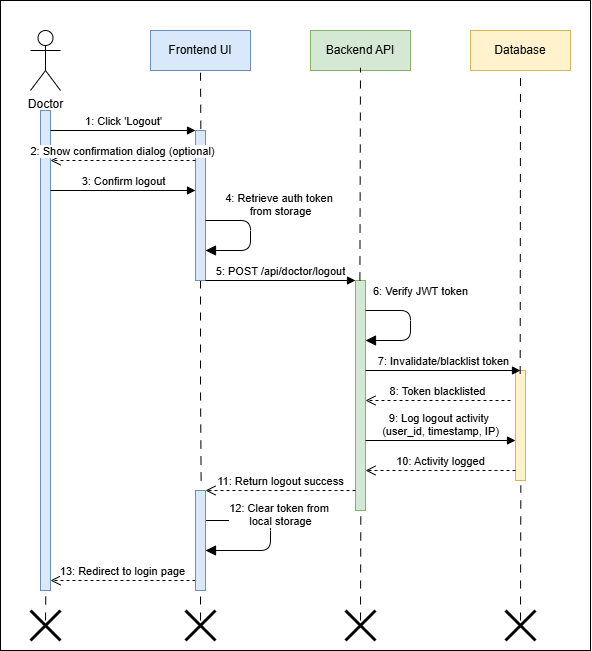
Before: InProgress/Sequence Diagram/Salesperson/Logout/Logout-Diagram.png, a diagram exported from draw.io (shah541-g/Fyp-Diagrams). Source tidied: cells renumbered, new cells last; positions are measured from the earlier drawing's top-left corner, leaving out a move shared by most shapes. The source it was exported from:
```xml
<mxGraphModel>
  <root>
    <mxCell id="0" />
    <mxCell id="1" parent="0" />
    <mxCell id="2" style="rounded=0;whiteSpace=wrap;html=1;" parent="1" vertex="1">
      <mxGeometry width="590" height="650" as="geometry" />
    </mxCell>
    <mxCell id="3" value="Doctor" style="shape=umlActor;verticalLabelPosition=bottom;verticalAlign=top;html=1;" parent="1" vertex="1">
      <mxGeometry x="30" y="30" width="30" height="60" as="geometry" />
    </mxCell>
    <mxCell id="4" style="html=1;points=[];perimeter=orthogonalPerimeter;fillColor=#dae8fc;strokeColor=#6c8ebf;" parent="1" vertex="1">
      <mxGeometry x="40" y="110" width="10" height="480" as="geometry" />
    </mxCell>
    <mxCell id="5" value="Frontend UI" style="rounded=0;whiteSpace=wrap;html=1;fillColor=#dae8fc;strokeColor=#6c8ebf;" parent="1" vertex="1">
      <mxGeometry x="150" y="30" width="100" height="40" as="geometry" />
    </mxCell>
    <mxCell id="6" style="edgeStyle=orthogonalEdgeStyle;rounded=0;jettySize=auto;html=1;entryX=0.567;entryY=-0.028;entryDx=0;entryDy=0;entryPerimeter=0;endArrow=none;endFill=0;dashed=1;dashPattern=8 8;" parent="1" edge="1" source="7" target="26">
      <mxGeometry relative="1" as="geometry" />
    </mxCell>
    <mxCell id="7" style="html=1;points=[];perimeter=orthogonalPerimeter;fillColor=#dae8fc;strokeColor=#6c8ebf;" parent="1" vertex="1">
      <mxGeometry x="195" y="130" width="10" height="150" as="geometry" />
    </mxCell>
    <mxCell id="8" value="Backend API" style="rounded=0;whiteSpace=wrap;html=1;fillColor=#d5e8d4;strokeColor=#82b366;" parent="1" vertex="1">
      <mxGeometry x="310" y="30" width="100" height="40" as="geometry" />
    </mxCell>
    <mxCell id="9" style="html=1;points=[];perimeter=orthogonalPerimeter;fillColor=#d5e8d4;strokeColor=#82b366;" parent="1" vertex="1">
      <mxGeometry x="355" y="280" width="10" height="230" as="geometry" />
    </mxCell>
    <mxCell id="10" value="Database" style="rounded=0;whiteSpace=wrap;html=1;fillColor=#fff2cc;strokeColor=#d6b656;" parent="1" vertex="1">
      <mxGeometry x="470" y="30" width="100" height="40" as="geometry" />
    </mxCell>
    <mxCell id="11" style="html=1;points=[];perimeter=orthogonalPerimeter;fillColor=#fff2cc;strokeColor=#d6b656;" parent="1" vertex="1">
      <mxGeometry x="515" y="370" width="10" height="110" as="geometry" />
    </mxCell>
    <mxCell id="12" value="1: Click 'Logout'" style="html=1;verticalAlign=bottom;endArrow=block;entryX=0;entryY=0;" parent="1" edge="1">
      <mxGeometry relative="1" as="geometry">
        <mxPoint x="50" y="130" as="sourcePoint" />
        <mxPoint x="195" y="130" as="targetPoint" />
      </mxGeometry>
    </mxCell>
    <mxCell id="13" value="2: Show confirmation dialog (optional)" style="html=1;verticalAlign=bottom;endArrow=open;dashed=1;endSize=8;" parent="1" edge="1">
      <mxGeometry relative="1" as="geometry">
        <mxPoint x="195" y="160" as="sourcePoint" />
        <mxPoint x="50" y="160" as="targetPoint" />
      </mxGeometry>
    </mxCell>
    <mxCell id="14" value="3: Confirm logout" style="html=1;verticalAlign=bottom;endArrow=block;" parent="1" edge="1">
      <mxGeometry relative="1" as="geometry">
        <mxPoint x="50" y="190" as="sourcePoint" />
        <mxPoint x="195" y="190" as="targetPoint" />
      </mxGeometry>
    </mxCell>
    <mxCell id="15" value="4: Retrieve auth token&amp;nbsp;&lt;div&gt;from storage&lt;/div&gt;" style="html=1;verticalAlign=bottom;endArrow=block;endSize=8;" parent="1" edge="1">
      <mxGeometry x="-0.25" y="30" relative="1" as="geometry">
        <mxPoint x="205" y="220" as="sourcePoint" />
        <mxPoint x="205" y="250" as="targetPoint" />
        <Array as="points">
          <mxPoint x="250" y="220" />
          <mxPoint x="250" y="250" />
        </Array>
      </mxGeometry>
    </mxCell>
    <mxCell id="16" value="5: POST /api/doctor/logout" style="html=1;verticalAlign=bottom;endArrow=block;" parent="1" edge="1">
      <mxGeometry relative="1" as="geometry">
        <mxPoint x="205" y="280" as="sourcePoint" />
        <mxPoint x="355" y="280" as="targetPoint" />
      </mxGeometry>
    </mxCell>
    <mxCell id="17" value="6: Verify JWT token" style="html=1;verticalAlign=bottom;endArrow=block;endSize=8;" parent="1" edge="1">
      <mxGeometry x="-0.25" y="14" relative="1" as="geometry">
        <mxPoint x="365" y="310" as="sourcePoint" />
        <mxPoint x="365" y="340" as="targetPoint" />
        <Array as="points">
          <mxPoint x="410" y="310" />
          <mxPoint x="410" y="340" />
        </Array>
        <mxPoint x="-4" y="-10" as="offset" />
      </mxGeometry>
    </mxCell>
    <mxCell id="18" value="7: Invalidate/blacklist token" style="html=1;verticalAlign=bottom;endArrow=block;" parent="1" edge="1">
      <mxGeometry relative="1" as="geometry">
        <mxPoint x="365" y="370" as="sourcePoint" />
        <mxPoint x="520" y="370" as="targetPoint" />
      </mxGeometry>
    </mxCell>
    <mxCell id="19" value="8: Token blacklisted" style="html=1;verticalAlign=bottom;endArrow=open;dashed=1;endSize=8;" parent="1" edge="1">
      <mxGeometry relative="1" as="geometry">
        <mxPoint x="510" y="400" as="sourcePoint" />
        <mxPoint x="365" y="400" as="targetPoint" />
      </mxGeometry>
    </mxCell>
    <mxCell id="20" value="9: Log logout activity&amp;nbsp;&lt;div&gt;(user_id, timestamp, IP)&lt;/div&gt;" style="html=1;verticalAlign=bottom;endArrow=block;" parent="1" edge="1">
      <mxGeometry relative="1" as="geometry">
        <mxPoint x="365" y="440" as="sourcePoint" />
        <mxPoint x="515" y="440" as="targetPoint" />
      </mxGeometry>
    </mxCell>
    <mxCell id="21" value="10: Activity logged" style="html=1;verticalAlign=bottom;endArrow=open;dashed=1;endSize=8;" parent="1" edge="1">
      <mxGeometry relative="1" as="geometry">
        <mxPoint x="515" y="470" as="sourcePoint" />
        <mxPoint x="365" y="470" as="targetPoint" />
      </mxGeometry>
    </mxCell>
    <mxCell id="22" value="11: Return logout success" style="html=1;verticalAlign=bottom;endArrow=open;dashed=1;endSize=8;" parent="1" edge="1">
      <mxGeometry relative="1" as="geometry">
        <mxPoint x="355" y="490" as="sourcePoint" />
        <mxPoint x="205" y="490" as="targetPoint" />
      </mxGeometry>
    </mxCell>
    <mxCell id="23" value="12: Clear token from&amp;nbsp;&lt;div&gt;local storage&lt;/div&gt;" style="html=1;verticalAlign=bottom;endArrow=block;endSize=8;" parent="1" edge="1" source="26">
      <mxGeometry x="-0.05" y="10" relative="1" as="geometry">
        <mxPoint x="205" y="550" as="targetPoint" />
        <Array as="points">
          <mxPoint x="270" y="520" />
          <mxPoint x="270" y="550" />
        </Array>
      </mxGeometry>
    </mxCell>
    <mxCell id="24" value="13: Redirect to login page" style="html=1;verticalAlign=bottom;endArrow=open;dashed=1;endSize=8;" parent="1" edge="1">
      <mxGeometry relative="1" as="geometry">
        <mxPoint x="195" y="580" as="sourcePoint" />
        <mxPoint x="50" y="580" as="targetPoint" />
      </mxGeometry>
    </mxCell>
    <mxCell id="25" style="html=1;verticalAlign=bottom;endArrow=block;endSize=8;" parent="1" edge="1" target="26">
      <mxGeometry x="-0.05" y="10" relative="1" as="geometry">
        <mxPoint x="205" y="520" as="sourcePoint" />
      </mxGeometry>
    </mxCell>
    <mxCell id="26" style="html=1;points=[];perimeter=orthogonalPerimeter;fillColor=#dae8fc;strokeColor=#6c8ebf;" parent="1" vertex="1">
      <mxGeometry x="195" y="490" width="10" height="100" as="geometry" />
    </mxCell>
    <mxCell id="27" style="endArrow=none;html=1;rounded=0;entryX=0.5;entryY=1;entryDx=0;entryDy=0;exitX=0.533;exitY=-0.012;exitDx=0;exitDy=0;exitPerimeter=0;dashed=1;dashPattern=8 8;" parent="1" edge="1" source="7" target="5">
      <mxGeometry relative="1" as="geometry" />
    </mxCell>
    <mxCell id="28" style="endArrow=none;html=1;rounded=0;entryX=0.533;entryY=1.001;entryDx=0;entryDy=0;entryPerimeter=0;dashed=1;dashPattern=8 8;" parent="1" edge="1" target="4">
      <mxGeometry relative="1" as="geometry">
        <mxPoint x="45" y="620" as="sourcePoint" />
      </mxGeometry>
    </mxCell>
    <mxCell id="29" style="shape=umlDestroy;whiteSpace=wrap;html=1;strokeWidth=3;targetShapes=umlLifeline;" parent="1" vertex="1">
      <mxGeometry x="30" y="610" width="30" height="30" as="geometry" />
    </mxCell>
    <mxCell id="30" style="endArrow=none;html=1;rounded=0;entryX=0.533;entryY=1.001;entryDx=0;entryDy=0;entryPerimeter=0;dashed=1;dashPattern=8 8;" parent="1" edge="1">
      <mxGeometry relative="1" as="geometry">
        <mxPoint x="200" y="620" as="sourcePoint" />
        <mxPoint x="200" y="590" as="targetPoint" />
      </mxGeometry>
    </mxCell>
    <mxCell id="31" style="shape=umlDestroy;whiteSpace=wrap;html=1;strokeWidth=3;targetShapes=umlLifeline;" parent="1" vertex="1">
      <mxGeometry x="185" y="610" width="30" height="30" as="geometry" />
    </mxCell>
    <mxCell id="32" style="endArrow=none;html=1;rounded=0;entryX=0.533;entryY=1.004;entryDx=0;entryDy=0;entryPerimeter=0;dashed=1;dashPattern=8 8;" parent="1" edge="1" target="9">
      <mxGeometry relative="1" as="geometry">
        <mxPoint x="360" y="620" as="sourcePoint" />
      </mxGeometry>
    </mxCell>
    <mxCell id="33" style="shape=umlDestroy;whiteSpace=wrap;html=1;strokeWidth=3;targetShapes=umlLifeline;" parent="1" vertex="1">
      <mxGeometry x="345" y="610" width="30" height="30" as="geometry" />
    </mxCell>
    <mxCell id="34" style="endArrow=none;html=1;rounded=0;entryX=0.533;entryY=1.046;entryDx=0;entryDy=0;entryPerimeter=0;dashed=1;dashPattern=8 8;" parent="1" edge="1" target="11">
      <mxGeometry relative="1" as="geometry">
        <mxPoint x="520" y="620" as="sourcePoint" />
      </mxGeometry>
    </mxCell>
    <mxCell id="35" style="shape=umlDestroy;whiteSpace=wrap;html=1;strokeWidth=3;targetShapes=umlLifeline;" parent="1" vertex="1">
      <mxGeometry x="505" y="610" width="30" height="30" as="geometry" />
    </mxCell>
    <mxCell id="36" style="endArrow=none;html=1;rounded=0;entryX=0.5;entryY=1;entryDx=0;entryDy=0;dashed=1;dashPattern=8 8;exitX=0.468;exitY=0.032;exitDx=0;exitDy=0;exitPerimeter=0;" parent="1" edge="1" source="11" target="10">
      <mxGeometry relative="1" as="geometry" />
    </mxCell>
    <mxCell id="37" style="endArrow=none;html=1;rounded=0;entryX=0.5;entryY=0.929;entryDx=0;entryDy=0;entryPerimeter=0;dashed=1;dashPattern=8 8;" parent="1" edge="1" target="8">
      <mxGeometry relative="1" as="geometry">
        <mxPoint x="359.4" y="280" as="sourcePoint" />
      </mxGeometry>
    </mxCell>
  </root>
</mxGraphModel>
```
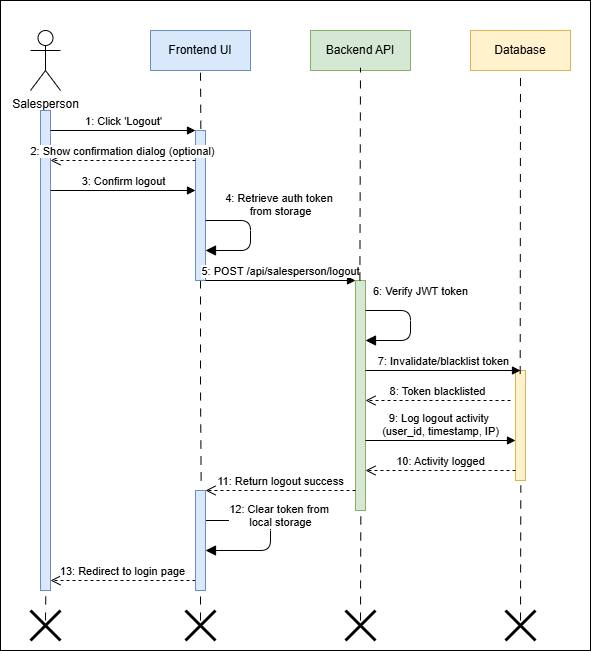
Above is the later version.

Change to the diagram source:
```diff
@@ -5,7 +5,7 @@
     <mxCell id="2" style="rounded=0;whiteSpace=wrap;html=1;" parent="1" vertex="1">
       <mxGeometry width="590" height="650" as="geometry" />
     </mxCell>
-    <mxCell id="3" value="Doctor" style="shape=umlActor;verticalLabelPosition=bottom;verticalAlign=top;html=1;" parent="1" vertex="1">
+    <mxCell id="3" value="Salesperson" style="shape=umlActor;verticalLabelPosition=bottom;verticalAlign=top;html=1;" parent="1" vertex="1">
       <mxGeometry x="30" y="30" width="30" height="60" as="geometry" />
     </mxCell>
     <mxCell id="4" style="html=1;points=[];perimeter=orthogonalPerimeter;fillColor=#dae8fc;strokeColor=#6c8ebf;" parent="1" vertex="1">
@@ -60,7 +60,7 @@
         </Array>
       </mxGeometry>
     </mxCell>
-    <mxCell id="16" value="5: POST /api/doctor/logout" style="html=1;verticalAlign=bottom;endArrow=block;" parent="1" edge="1">
+    <mxCell id="16" value="5: POST /api/salesperson/logout" style="html=1;verticalAlign=bottom;endArrow=block;" parent="1" edge="1">
       <mxGeometry relative="1" as="geometry">
         <mxPoint x="205" y="280" as="sourcePoint" />
         <mxPoint x="355" y="280" as="targetPoint" />
```
